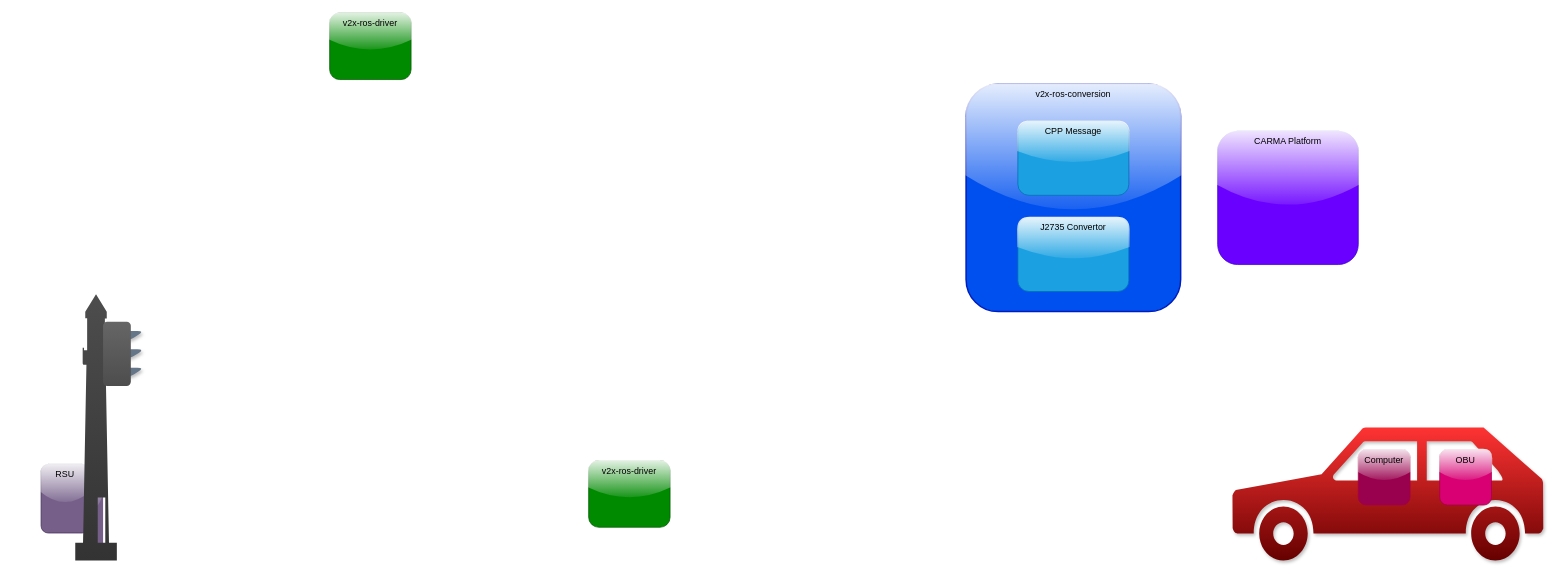
The draw.io diagram diagram.drawio in usdot-fhwa-stol/v2x-ros-conversion, before the edit. Source tidied: cells renumbered, new cells numbered last; positions are measured from the earlier drawing's top-left corner, leaving out a move shared by most shapes. Both pictures are drawn from the tidied source at 74%, with x=0, y=0 at pixel (41, 13).
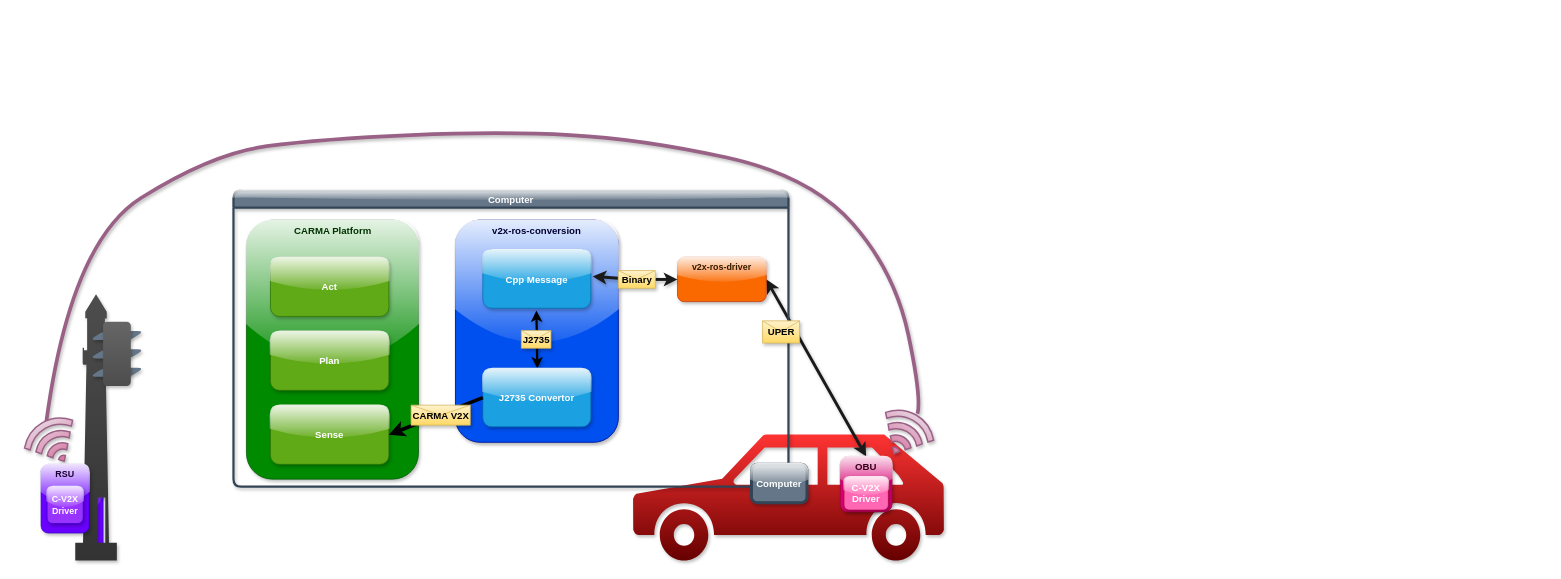
Above is the later version.

Commit message:
Improved Diagram

What changed in the source:
```diff
@@
+    <mxCell id="18" style="endArrow=none;startArrow=none;html=1;strokeWidth=5;flowAnimation=1;startFill=0;entryX=0.51;entryY=-0.039;entryDx=0;entryDy=0;entryPerimeter=0;rounded=0;curved=1;endFill=0;exitX=0.578;exitY=0.024;exitDx=0;exitDy=0;exitPerimeter=0;fillColor=#e6d0de;gradientColor=#d5739d;strokeColor=#996185;shadow=1;" parent="1" edge="1" source="19" target="39">
+      <mxGeometry relative="1" as="geometry">
+        <Array as="points">
+          <mxPoint x="40" y="310" />
+          <mxPoint x="230" y="190" />
+          <mxPoint x="380" y="170" />
+          <mxPoint x="620" y="160" />
+          <mxPoint x="810" y="170" />
+          <mxPoint x="1040" y="220" />
+          <mxPoint x="1154" y="350" />
+          <mxPoint x="1190" y="520" />
+        </Array>
+      </mxGeometry>
+    </mxCell>
+    <mxCell id="19" style="html=1;verticalLabelPosition=bottom;align=center;labelBackgroundColor=#ffffff;verticalAlign=top;strokeWidth=2;strokeColor=#996185;shadow=1;dashed=0;shape=mxgraph.ios7.icons.wifi;fillColor=#e6d0de;gradientColor=#d5739d;rotation=-30;" parent="1" vertex="1">
+      <mxGeometry x="-21.2" y="550" width="75" height="60" as="geometry" />
+    </mxCell>
+    <mxCell id="3" style="shape=mxgraph.signs.transportation.car_3;html=1;fillColor=#660000;strokeColor=none;verticalLabelPosition=bottom;verticalAlign=top;align=center;fontColor=#ffffff;gradientColor=#FF3333;shadow=1;gradientDirection=north;" parent="1" vertex="1">
+      <mxGeometry x="800" y="569.3" width="420" height="170.7" as="geometry" />
+    </mxCell>
+    <mxCell id="20" style="endArrow=classic;html=1;fillColor=#cdeb8b;strokeColor=#1A1A1A;fontStyle=1;fontSize=13;fontColor=#000000;textShadow=1;strokeWidth=4;endFill=1;rounded=0;curved=0;startArrow=classic;startFill=1;entryX=1;entryY=0.5;entryDx=0;entryDy=0;exitX=0.5;exitY=0;exitDx=0;exitDy=0;shadow=1;" parent="1" edge="1" source="4" target="29">
+      <mxGeometry relative="1" as="geometry" />
+    </mxCell>
+    <mxCell id="8" style="rounded=1;whiteSpace=wrap;html=1;glass=1;fillColor=#6a00ff;fontColor=#000000;strokeColor=#3700CC;fontStyle=1;fontSize=13;shadow=1;" parent="1" vertex="1">
+      <mxGeometry x="65" y="591" width="18.8" height="136.6" as="geometry" />
+    </mxCell>
+    <mxCell id="13" style="shape=mxgraph.signs.transportation.lighthouse_2;html=1;fillColor=#4D4D4D;strokeColor=none;verticalLabelPosition=bottom;verticalAlign=top;align=center;fontColor=#000000;gradientColor=#333333;gradientDirection=south;fontStyle=1;fontSize=13;shadow=1;" parent="1" vertex="1">
+      <mxGeometry x="46.2" y="380" width="56.2" height="360" as="geometry" />
+    </mxCell>
+    <mxCell id="21" value="Computer" style="swimlane;whiteSpace=wrap;html=1;fillColor=#647687;strokeColor=#314354;fontColor=#FFFFFF;fontStyle=1;fontSize=13;glass=1;shadow=1;rounded=1;strokeWidth=3;" parent="1" vertex="1">
+      <mxGeometry x="260" y="240" width="750" height="400" as="geometry" />
+    </mxCell>
+    <mxCell id="22" style="group;strokeColor=#000033;rounded=1;glass=0;shadow=1;" parent="21" vertex="1">
+      <mxGeometry x="300" y="40" width="220" height="300" as="geometry" />
+    </mxCell>
+    <mxCell id="23" style="edgeStyle=none;html=1;strokeWidth=4;shadow=1;" parent="22" edge="1" target="17">
+      <mxGeometry relative="1" as="geometry">
+        <mxPoint x="110.9" y="117.1" as="sourcePoint" />
+      </mxGeometry>
+    </mxCell>
+    <mxCell id="5" value="&lt;font style=&quot;color: rgb(0, 0, 51);&quot;&gt;v2x-ros-conversion&lt;/font&gt;" style="rounded=1;whiteSpace=wrap;html=1;fillColor=#0050ef;fontColor=#000000;strokeColor=#001DBC;glass=1;horizontal=1;verticalAlign=top;strokeWidth=1;perimeterSpacing=0;fontStyle=1;fontSize=13;shadow=1;" parent="22" vertex="1">
+      <mxGeometry width="220" height="300" as="geometry" />
+    </mxCell>
+    <mxCell id="24" style="endArrow=classic;html=1;entryX=0.874;entryY=0.035;entryDx=0;entryDy=0;exitX=0.864;exitY=0.966;exitDx=0;exitDy=0;fillColor=#d80073;strokeColor=#000000;exitPerimeter=0;entryPerimeter=0;fontStyle=1;fontSize=13;fontColor=#000000;startArrow=classic;startFill=1;shadow=1;rounded=0;curved=0;strokeWidth=3;endSize=6;" parent="22" edge="1">
+      <mxGeometry relative="1" as="geometry">
+        <mxPoint x="109.4" y="122.1" as="sourcePoint" />
+        <mxPoint x="110.6" y="200.3" as="targetPoint" />
+      </mxGeometry>
+    </mxCell>
+    <mxCell id="25" value="UPER" style="shape=message;html=1;fillColor=#fff2cc;strokeColor=#d6b656;shadow=1;gradientColor=#ffd966;fontSize=13;fontStyle=1;fontColor=#000000;" parent="24" vertex="1">
+      <mxGeometry width="50" height="30" relative="1" as="geometry">
+        <mxPoint x="305" y="-25" as="offset" />
+      </mxGeometry>
+    </mxCell>
+    <mxCell id="26" value="J2735" style="shape=message;html=1;fillColor=#fff2cc;strokeColor=#d6b656;shadow=1;gradientColor=#ffd966;fontSize=13;fontStyle=1;fontColor=#000000;" parent="24" vertex="1">
+      <mxGeometry width="40" height="24" relative="1" as="geometry">
+        <mxPoint x="-21" y="-12" as="offset" />
+      </mxGeometry>
+    </mxCell>
+    <mxCell id="17" value="J2735 Convertor" style="rounded=1;whiteSpace=wrap;html=1;fillColor=#1ba1e2;fontColor=#FFFFFF;strokeColor=#006EAF;glass=1;verticalAlign=middle;fontStyle=1;fontSize=13;shadow=1;" parent="22" vertex="1">
+      <mxGeometry x="37" y="200.3" width="145.9" height="79" as="geometry" />
+    </mxCell>
+    <mxCell id="27" value="Cpp Message" style="rounded=1;whiteSpace=wrap;html=1;fillColor=#1ba1e2;fontColor=#FFFFFF;strokeColor=#006EAF;glass=1;verticalAlign=middle;fontStyle=1;fontSize=13;shadow=1;" parent="22" vertex="1">
+      <mxGeometry x="37" y="40" width="145.9" height="79" as="geometry" />
+    </mxCell>
+    <mxCell id="28" style="endArrow=classic;html=1;fillColor=#cdeb8b;strokeColor=#1A1A1A;fontStyle=1;fontSize=13;fontColor=#000000;textShadow=1;strokeWidth=4;endFill=1;rounded=0;curved=0;startArrow=none;startFill=0;entryX=1;entryY=0.5;entryDx=0;entryDy=0;shadow=1;" parent="21" edge="1" source="31">
+      <mxGeometry relative="1" as="geometry">
+        <mxPoint x="485.5" y="116.1" as="targetPoint" />
+      </mxGeometry>
+    </mxCell>
-    <mxCell id="2" value="&lt;font style=&quot;color: rgb(0, 0, 0);&quot;&gt;CARMA Platform&lt;/font&gt;" style="rounded=1;whiteSpace=wrap;html=1;fillColor=#6a00ff;fontColor=#ffffff;strokeColor=#3700CC;glass=1;verticalAlign=top;" parent="1" vertex="1">
-      <mxGeometry x="1590" y="160" width="190" height="180" as="geometry" />
+    <mxCell id="2" value="&lt;font style=&quot;color: rgb(0, 51, 0);&quot;&gt;CARMA Platform&lt;/font&gt;" style="rounded=1;whiteSpace=wrap;html=1;fillColor=#008a00;strokeColor=#005700;glass=1;verticalAlign=top;fontStyle=1;fontSize=13;shadow=1;fontColor=#ffffff;" parent="21" vertex="1">
+      <mxGeometry x="17.5" y="40" width="232.5" height="350" as="geometry" />
     </mxCell>
-    <mxCell id="3" style="shape=mxgraph.signs.transportation.car_3;html=1;fillColor=#660000;strokeColor=none;verticalLabelPosition=bottom;verticalAlign=top;align=center;fontColor=#ffffff;gradientColor=#FF3333;shadow=1;gradientDirection=north;" parent="1" vertex="1">
-      <mxGeometry x="1610" y="560" width="420" height="180" as="geometry" />
-    </mxCell>
+    <mxCell id="29" value="&lt;font style=&quot;color: rgb(51, 26, 0);&quot;&gt;v2x-ros-driver&lt;/font&gt;" style="rounded=1;whiteSpace=wrap;html=1;fillColor=#fa6800;strokeColor=#C73500;glass=1;fontStyle=1;fontColor=#000000;labelBorderColor=none;labelBackgroundColor=none;verticalAlign=top;shadow=1;" parent="21" vertex="1">
+      <mxGeometry x="600" y="90.1" width="120" height="60" as="geometry" />
+    </mxCell>
+    <mxCell id="30" style="endArrow=none;html=1;fillColor=#cdeb8b;strokeColor=#1A1A1A;fontStyle=1;fontSize=13;fontColor=#000000;textShadow=1;strokeWidth=4;endFill=0;rounded=0;curved=0;startArrow=classic;startFill=1;entryX=1;entryY=0.5;entryDx=0;entryDy=0;shadow=1;" parent="21" edge="1" source="29" target="31">
+      <mxGeometry relative="1" as="geometry" />
+    </mxCell>
+    <mxCell id="31" value="Binary" style="shape=message;html=1;outlineConnect=0;fillColor=#fff2cc;strokeColor=#d6b656;shadow=1;gradientColor=#ffd966;fontSize=13;fontStyle=1;fontColor=#000000;" parent="21" vertex="1">
+      <mxGeometry x="520" y="108.1" width="50" height="24" as="geometry" />
+    </mxCell>
+    <mxCell id="32" value="Sense" style="rounded=1;whiteSpace=wrap;html=1;fillColor=#60a917;strokeColor=#2D7600;glass=1;verticalAlign=middle;fontStyle=1;fontSize=13;shadow=1;fontColor=#ffffff;" parent="21" vertex="1">
+      <mxGeometry x="50" y="290" width="160" height="80" as="geometry" />
+    </mxCell>
+    <mxCell id="33" style="edgeStyle=none;html=1;exitX=0;exitY=0.5;exitDx=0;exitDy=0;entryX=1;entryY=0.5;entryDx=0;entryDy=0;strokeWidth=5;" parent="21" edge="1" source="17" target="32">
+      <mxGeometry relative="1" as="geometry" />
+    </mxCell>
+    <mxCell id="34" value="Plan" style="rounded=1;whiteSpace=wrap;html=1;fillColor=#60a917;strokeColor=#2D7600;glass=1;verticalAlign=middle;fontStyle=1;fontSize=13;shadow=1;fontColor=#ffffff;" parent="21" vertex="1">
+      <mxGeometry x="50" y="190" width="160" height="80" as="geometry" />
+    </mxCell>
+    <mxCell id="35" value="Act" style="rounded=1;whiteSpace=wrap;html=1;fillColor=#60a917;strokeColor=#2D7600;glass=1;verticalAlign=middle;fontStyle=1;fontSize=13;shadow=1;fontColor=#ffffff;" parent="21" vertex="1">
+      <mxGeometry x="50" y="90.1" width="160" height="80" as="geometry" />
+    </mxCell>
+    <mxCell id="36" value="CARMA V2X" style="shape=message;html=1;fillColor=#fff2cc;strokeColor=#d6b656;shadow=1;gradientColor=#ffd966;fontSize=13;fontStyle=1;fontColor=#000000;" parent="21" vertex="1">
+      <mxGeometry x="240" y="290" width="80" height="27" as="geometry" />
+    </mxCell>
-    <mxCell id="4" value="&lt;font style=&quot;color: rgb(0, 0, 0);&quot;&gt;OBU&lt;/font&gt;" style="rounded=1;whiteSpace=wrap;html=1;fillColor=#d80073;strokeColor=#A50040;gradientDirection=south;strokeWidth=1;glass=1;verticalAlign=top;fontColor=#ffffff;" parent="1" vertex="1">
-      <mxGeometry x="1890" y="590" width="70" height="75" as="geometry" />
+    <mxCell id="4" value="&lt;font style=&quot;color: rgb(51, 0, 26);&quot;&gt;OBU&lt;/font&gt;" style="rounded=1;whiteSpace=wrap;html=1;fillColor=#d80073;strokeColor=#A50040;gradientDirection=south;strokeWidth=1;glass=1;verticalAlign=top;fontColor=#000000;fontStyle=1;fontSize=13;shadow=1;" parent="1" vertex="1">
+      <mxGeometry x="1080" y="599.3" width="70" height="75" as="geometry" />
     </mxCell>
-    <mxCell id="5" value="&lt;font style=&quot;color: rgb(0, 0, 0);&quot;&gt;v2x-ros-conversion&lt;/font&gt;" style="rounded=1;whiteSpace=wrap;html=1;fillColor=#0050ef;fontColor=#ffffff;strokeColor=#001DBC;glass=1;horizontal=1;verticalAlign=top;strokeWidth=2;" parent="1" vertex="1">
-      <mxGeometry x="1250" y="96.4" width="290" height="307.2" as="geometry" />
-    </mxCell>
-    <mxCell id="6" value="&lt;font style=&quot;color: rgb(0, 0, 0);&quot;&gt;v2x-ros-driver&lt;/font&gt;" style="rounded=1;whiteSpace=wrap;html=1;fillColor=#008a00;fontColor=#ffffff;strokeColor=#005700;glass=1;verticalAlign=top;" parent="1" vertex="1">
-      <mxGeometry x="390" width="110" height="90" as="geometry" />
-    </mxCell>
-    <mxCell id="7" value="&lt;font style=&quot;color: rgb(0, 0, 0);&quot;&gt;v2x-ros-driver&lt;/font&gt;" style="rounded=1;whiteSpace=wrap;html=1;fillColor=#008a00;fontColor=#ffffff;strokeColor=#005700;glass=1;verticalAlign=top;" parent="1" vertex="1">
-      <mxGeometry x="740" y="605" width="110" height="90" as="geometry" />
-    </mxCell>
-    <mxCell id="8" style="rounded=1;whiteSpace=wrap;html=1;glass=1;fillColor=#76608a;fontColor=#ffffff;strokeColor=none;" parent="1" vertex="1">
-      <mxGeometry x="65" y="591" width="18.8" height="136.6" as="geometry" />
-    </mxCell>
-    <mxCell id="9" style="shape=parallelogram;perimeter=parallelogramPerimeter;whiteSpace=wrap;html=1;fixedSize=1;shadow=1;rounded=1;fillColor=#647687;fontColor=#ffffff;strokeColor=none;" parent="1" vertex="1">
+    <mxCell id="9" style="shape=parallelogram;perimeter=parallelogramPerimeter;whiteSpace=wrap;html=1;fixedSize=1;shadow=1;rounded=1;fillColor=#647687;fontColor=#000000;strokeColor=none;fontStyle=1;fontSize=13;" parent="1" vertex="1">
       <mxGeometry x="65" y="479.3" width="75" height="12.4" as="geometry" />
     </mxCell>
-    <mxCell id="10" style="shape=parallelogram;perimeter=parallelogramPerimeter;whiteSpace=wrap;html=1;fixedSize=1;shadow=1;rounded=1;fillColor=#647687;fontColor=#ffffff;strokeColor=none;" parent="1" vertex="1">
+    <mxCell id="10" style="shape=parallelogram;perimeter=parallelogramPerimeter;whiteSpace=wrap;html=1;fixedSize=1;shadow=1;rounded=1;fillColor=#647687;fontColor=#000000;strokeColor=none;fontStyle=1;fontSize=13;" parent="1" vertex="1">
       <mxGeometry x="65" y="454.5" width="75" height="12.4" as="geometry" />
     </mxCell>
-    <mxCell id="11" style="shape=parallelogram;perimeter=parallelogramPerimeter;whiteSpace=wrap;html=1;fixedSize=1;shadow=1;rounded=1;fillColor=#647687;fontColor=#ffffff;strokeColor=none;" parent="1" vertex="1">
+    <mxCell id="11" style="shape=parallelogram;perimeter=parallelogramPerimeter;whiteSpace=wrap;html=1;fixedSize=1;shadow=1;rounded=1;fillColor=#647687;fontColor=#000000;strokeColor=none;fontStyle=1;fontSize=13;" parent="1" vertex="1">
       <mxGeometry x="65" y="429.7" width="75" height="12.4" as="geometry" />
     </mxCell>
-    <mxCell id="12" value="&lt;font style=&quot;color: rgb(0, 0, 0);&quot;&gt;RSU&lt;/font&gt;" style="rounded=1;whiteSpace=wrap;html=1;glass=1;fillColor=#76608a;fontColor=#ffffff;strokeColor=#432D57;verticalAlign=top;" parent="1" vertex="1">
+    <mxCell id="12" value="&lt;font style=&quot;color: rgb(25, 0, 51);&quot;&gt;RSU&lt;/font&gt;" style="rounded=1;whiteSpace=wrap;html=1;glass=1;fillColor=#6a00ff;fontColor=#9933FF;strokeColor=#3700CC;verticalAlign=top;fontStyle=1;shadow=1;" parent="1" vertex="1">
       <mxGeometry y="610" width="65" height="92.8" as="geometry" />
     </mxCell>
-    <mxCell id="13" style="shape=mxgraph.signs.transportation.lighthouse_2;html=1;fillColor=#4D4D4D;strokeColor=none;verticalLabelPosition=bottom;verticalAlign=top;align=center;fontColor=#ffffff;gradientColor=#333333;gradientDirection=south;" parent="1" vertex="1">
-      <mxGeometry x="46.2" y="380" width="56.2" height="360" as="geometry" />
-    </mxCell>
-    <mxCell id="14" style="rounded=1;whiteSpace=wrap;html=1;glass=0;fillColor=#666666;fontColor=#ffffff;strokeColor=none;gradientColor=#4D4D4D;gradientDirection=south;" parent="1" vertex="1">
+    <mxCell id="14" style="rounded=1;whiteSpace=wrap;html=1;glass=0;fillColor=#666666;fontColor=#000000;strokeColor=none;gradientColor=#4D4D4D;gradientDirection=south;fontStyle=1;fontSize=13;shadow=1;" parent="1" vertex="1">
       <mxGeometry x="83.8" y="417.2" width="37.5" height="86.9" as="geometry" />
     </mxCell>
-    <mxCell id="15" value="&lt;font style=&quot;color: rgb(0, 0, 0);&quot;&gt;Computer&lt;/font&gt;" style="rounded=1;whiteSpace=wrap;html=1;fillColor=#99004D;strokeColor=#A50040;gradientDirection=south;strokeWidth=1;glass=1;verticalAlign=top;fontColor=#ffffff;" parent="1" vertex="1">
-      <mxGeometry x="1780" y="590" width="70" height="75" as="geometry" />
+    <mxCell id="15" value="&lt;font style=&quot;color: rgb(255, 255, 255);&quot;&gt;Computer&lt;/font&gt;" style="rounded=1;whiteSpace=wrap;html=1;fillColor=#647687;strokeColor=#314354;gradientDirection=south;strokeWidth=4;glass=1;verticalAlign=middle;fontColor=#000000;fontStyle=1;fontSize=13;shadow=1;" parent="1" vertex="1">
+      <mxGeometry x="960" y="610" width="75" height="51.8" as="geometry" />
     </mxCell>
-    <mxCell id="16" value="&lt;font style=&quot;color: rgb(0, 0, 0);&quot;&gt;CPP Message&lt;/font&gt;" style="rounded=1;whiteSpace=wrap;html=1;fillColor=#1ba1e2;fontColor=#ffffff;strokeColor=#006EAF;glass=1;verticalAlign=top;" parent="1" vertex="1">
-      <mxGeometry x="1320" y="146.4" width="150" height="100" as="geometry" />
-    </mxCell>
-    <mxCell id="17" value="&lt;font style=&quot;color: rgb(0, 0, 0);&quot;&gt;J2735 Convertor&lt;/font&gt;" style="rounded=1;whiteSpace=wrap;html=1;fillColor=#1ba1e2;fontColor=#ffffff;strokeColor=#006EAF;glass=1;verticalAlign=top;" parent="1" vertex="1">
-      <mxGeometry x="1320" y="276.4" width="150" height="100" as="geometry" />
-    </mxCell>
+    <mxCell id="37" value="&lt;font style=&quot;color: rgb(255, 255, 255);&quot;&gt;C-V2X Driver&lt;/font&gt;" style="rounded=1;whiteSpace=wrap;html=1;fillColor=#FF66B3;strokeColor=#A50040;gradientDirection=south;strokeWidth=1;glass=1;verticalAlign=top;fontColor=#000000;fontStyle=1;fontSize=13;shadow=1;" parent="1" vertex="1">
+      <mxGeometry x="1085" y="626.8" width="60" height="45" as="geometry" />
+    </mxCell>
+    <mxCell id="38" value="&lt;font style=&quot;color: rgb(255, 255, 255);&quot;&gt;C-V2X Driver&lt;/font&gt;" style="rounded=1;whiteSpace=wrap;html=1;fillColor=#9933FF;strokeColor=#3700CC;gradientDirection=south;strokeWidth=1;glass=1;verticalAlign=middle;fontColor=#FFFFFF;fontStyle=1;shadow=1;" parent="1" vertex="1">
+      <mxGeometry x="8.1" y="640" width="48.8" height="50" as="geometry" />
+    </mxCell>
+    <mxCell id="39" style="html=1;verticalLabelPosition=bottom;align=center;labelBackgroundColor=#ffffff;verticalAlign=top;strokeWidth=2;strokeColor=#996185;shadow=1;dashed=0;shape=mxgraph.ios7.icons.wifi;fillColor=#e6d0de;gradientColor=#d5739d;rotation=30;" parent="1" vertex="1">
+      <mxGeometry x="1130" y="539.3" width="75" height="60" as="geometry" />
+    </mxCell>
```
